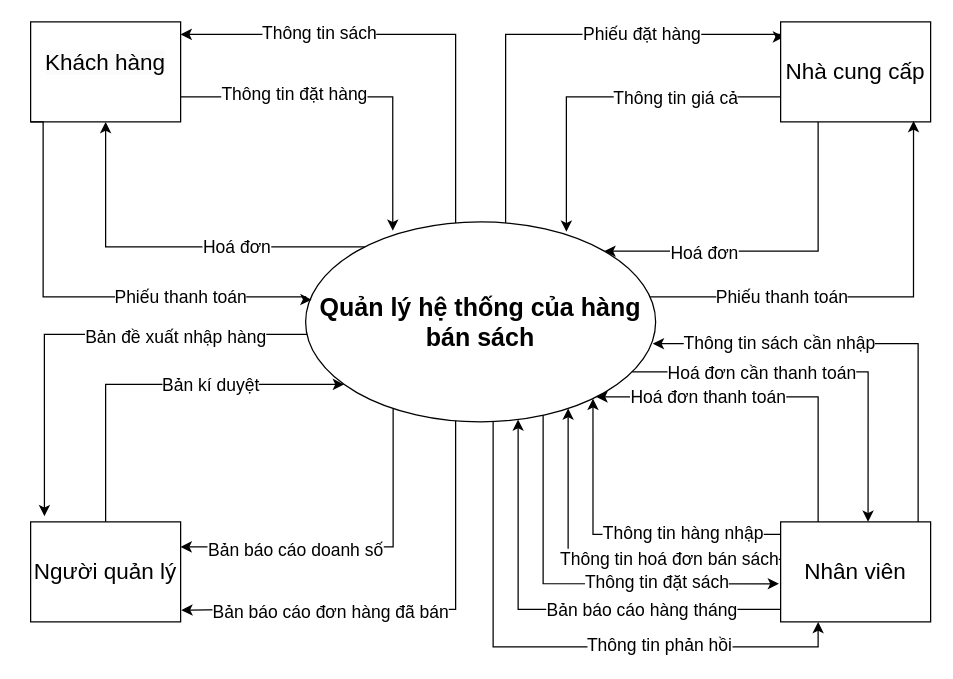
leetrungtoans/BTVN_ITC_OOP_LEETRUNGTOANS keeps this draw.io diagram as page "Trang-2" (2 of 3) of QuanLyBanSach.drawio. Above is the earlier version. Source tidied: cells renumbered, new cells numbered last; positions are measured from the earlier drawing's top-left corner, leaving out a move shared by most shapes. Both pictures are drawn from the tidied source at 125%, with x=0, y=0 at pixel (30, 21).
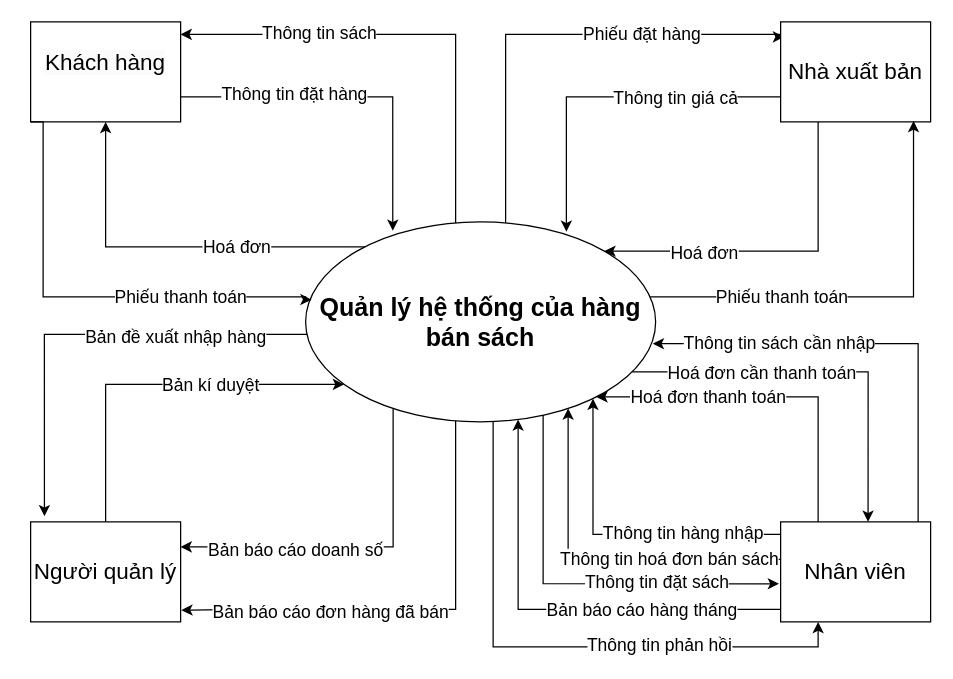
The same diagram, later.

The edit, as a diff of the source:
```diff
@@
-    <mxCell id="14" value="&lt;font style=&quot;font-size: 18px;&quot;&gt;Nhà cung cấp&lt;/font&gt;" style="rounded=0;whiteSpace=wrap;html=1;" parent="1" vertex="1">
+    <mxCell id="14" value="&lt;font style=&quot;font-size: 18px;&quot;&gt;Nhà xuất bản&lt;/font&gt;" style="rounded=0;whiteSpace=wrap;html=1;" parent="1" vertex="1">
       <mxGeometry x="600" width="120" height="80" as="geometry" />
     </mxCell>
```
